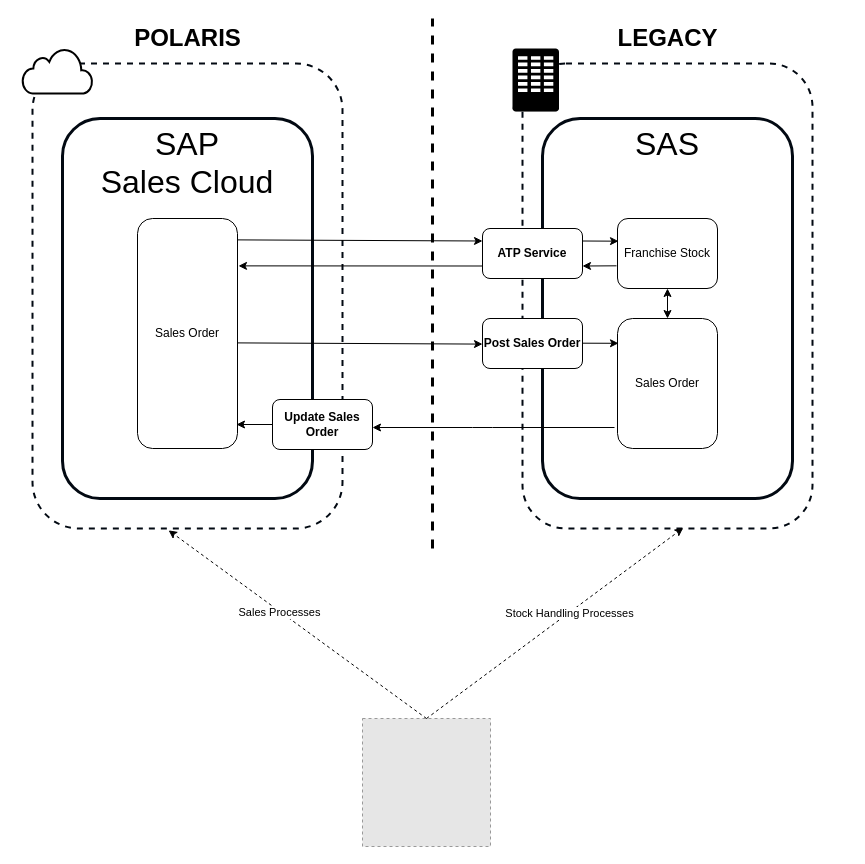
This is page "Option 3a - SAS" (5 of 6) of Franchise.drawio from mrf742002/Diagrams, a draw.io file, before an edit. Source tidied: cells renumbered, new cells numbered last; positions are measured from the earlier drawing's top-left corner, leaving out a move shared by most shapes. Both pictures are drawn from the tidied source at 100%, with x=0, y=0 at pixel (22, 18). Pictures stored in the file or linked from it are replaced by grey dashed boxes.
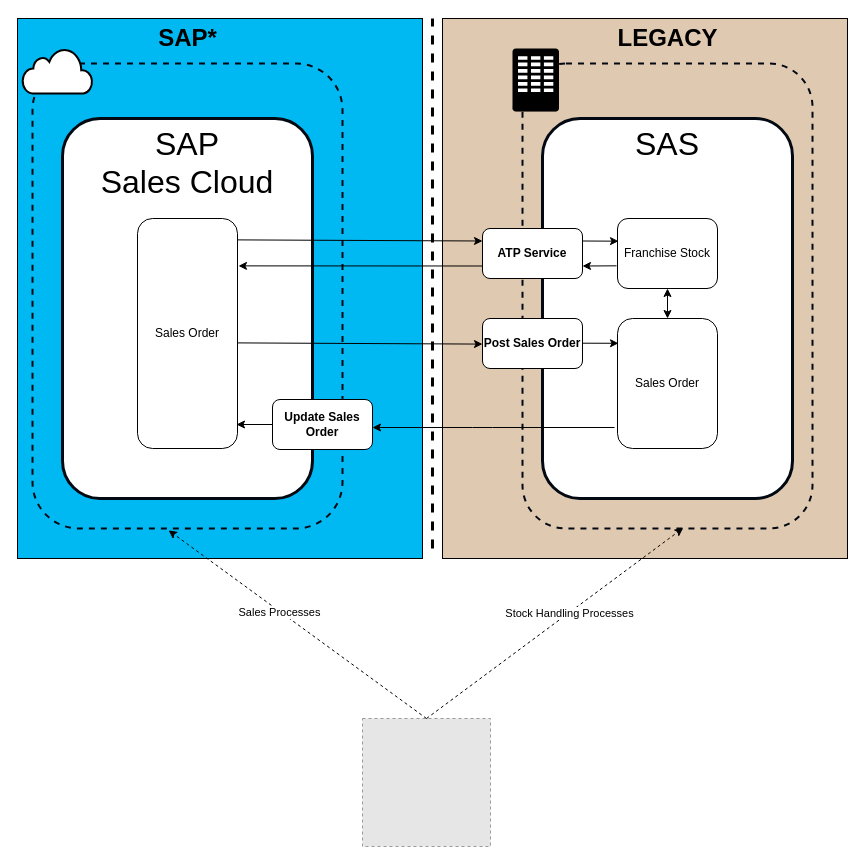
After the change.

What changed in the source:
```diff
@@
+    <mxCell id="31" style="rounded=0;whiteSpace=wrap;html=1;fillColor=#E0C9B1;" parent="1" vertex="1">
+      <mxGeometry x="420" width="405" height="540" as="geometry" />
+    </mxCell>
+    <mxCell id="32" style="rounded=0;whiteSpace=wrap;html=1;fillColor=#00B9F2;" parent="1" vertex="1">
+      <mxGeometry x="-5" width="405" height="540" as="geometry" />
+    </mxCell>
@@
-    <mxCell id="22" value="&lt;font style=&quot;font-size: 24px&quot;&gt;POLARIS&lt;/font&gt;" style="text;html=1;align=center;verticalAlign=middle;strokeColor=none;fontStyle=1;" parent="1" vertex="1">
-      <mxGeometry x="105" y="10" width="120" height="20" as="geometry" />
+    <mxCell id="22" value="&lt;font style=&quot;font-size: 24px&quot;&gt;SAP*&lt;/font&gt;" style="text;html=1;align=center;verticalAlign=middle;strokeColor=none;fontStyle=1;" parent="1" vertex="1">
+      <mxGeometry x="130" y="10" width="70" height="20" as="geometry" />
     </mxCell>
```
